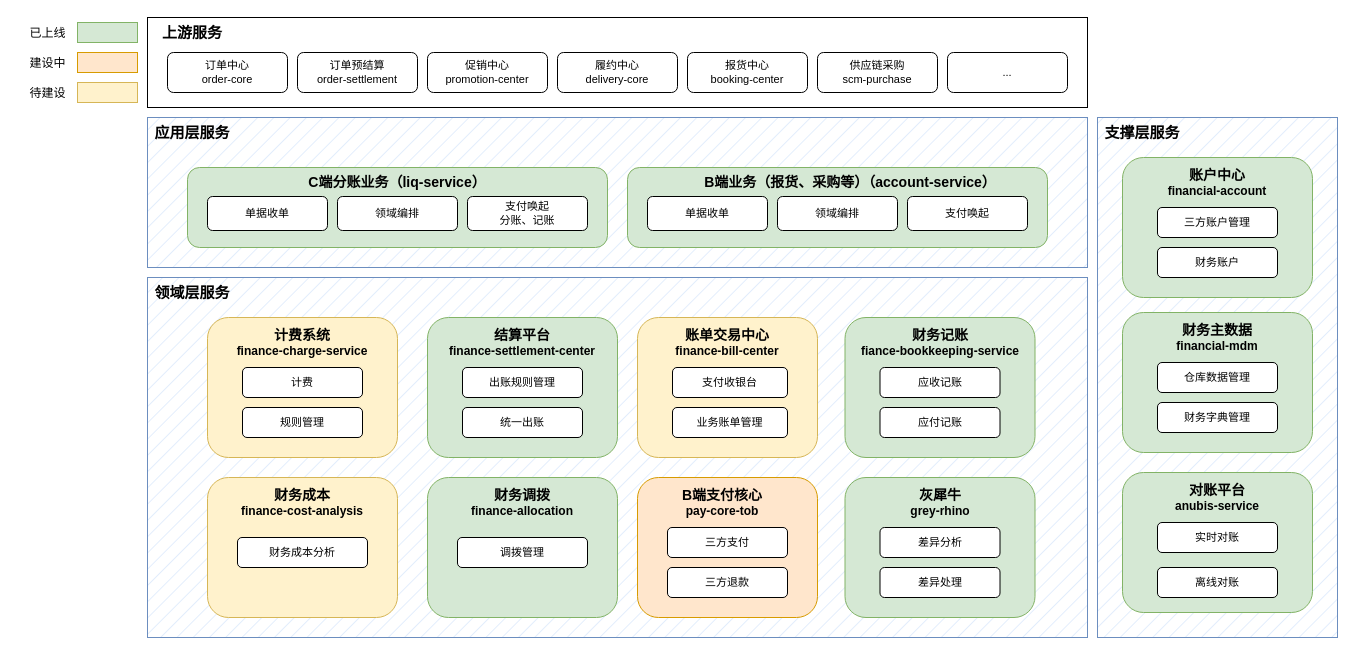
Earlier version of the draw.io diagram page "系统架构图" (2 of 6) of C端清洁算架构.drawio (JannLim/design). Source tidied: cells renumbered, new cells numbered last; positions are measured from the earlier drawing's top-left corner, leaving out a move shared by most shapes. Both pictures are drawn from the tidied source at 100%, with x=0, y=0 at pixel (17, 17).
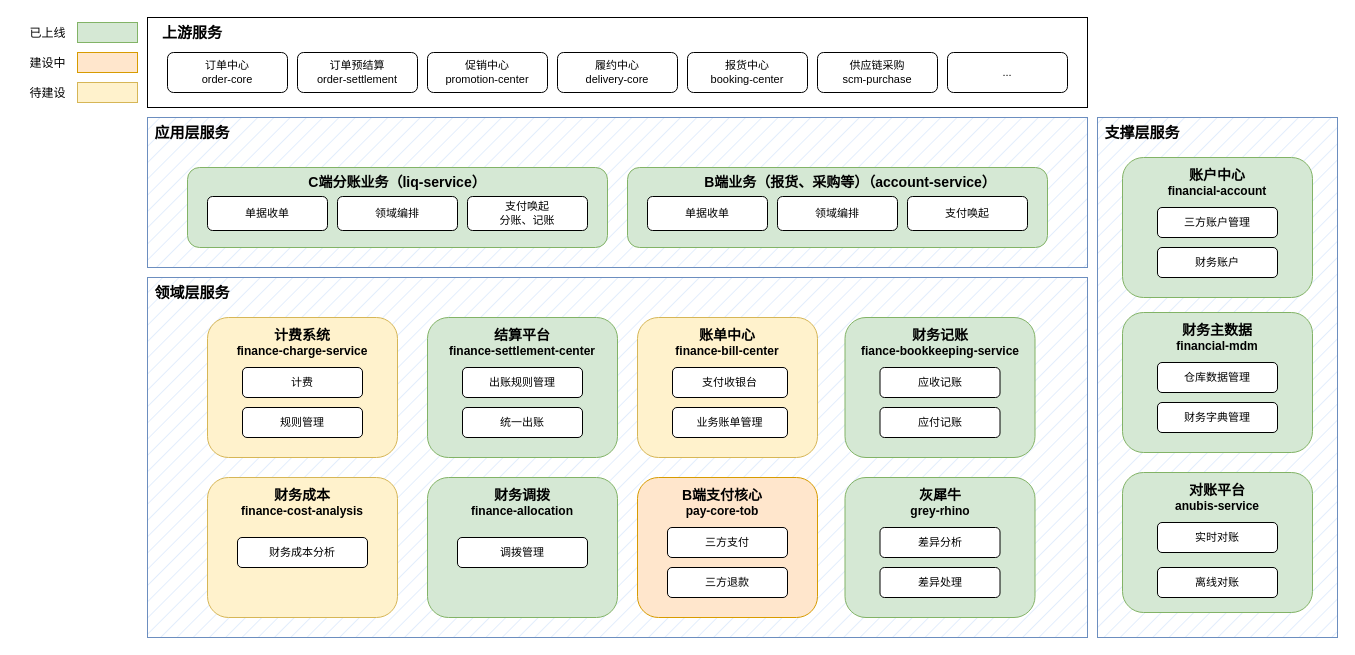
The same page after the edit.

What changed in the source:
```diff
@@
-    <mxCell id="35" value="&lt;span style=&quot;font-size: 14px;&quot;&gt;&lt;b&gt;账单交易中心&lt;br&gt;&lt;/b&gt;&lt;/span&gt;&lt;b&gt;finance-bill-center&lt;/b&gt;" style="text;html=1;strokeColor=none;fillColor=none;align=center;verticalAlign=middle;whiteSpace=wrap;rounded=0;fillStyle=hatch;" parent="1" vertex="1">
+    <mxCell id="35" value="&lt;span style=&quot;font-size: 14px;&quot;&gt;&lt;b&gt;账单中心&lt;br&gt;&lt;/b&gt;&lt;/span&gt;&lt;b&gt;finance-bill-center&lt;/b&gt;" style="text;html=1;strokeColor=none;fillColor=none;align=center;verticalAlign=middle;whiteSpace=wrap;rounded=0;fillStyle=hatch;" parent="1" vertex="1">
       <mxGeometry x="640" y="300" width="140" height="50" as="geometry" />
     </mxCell>
```
